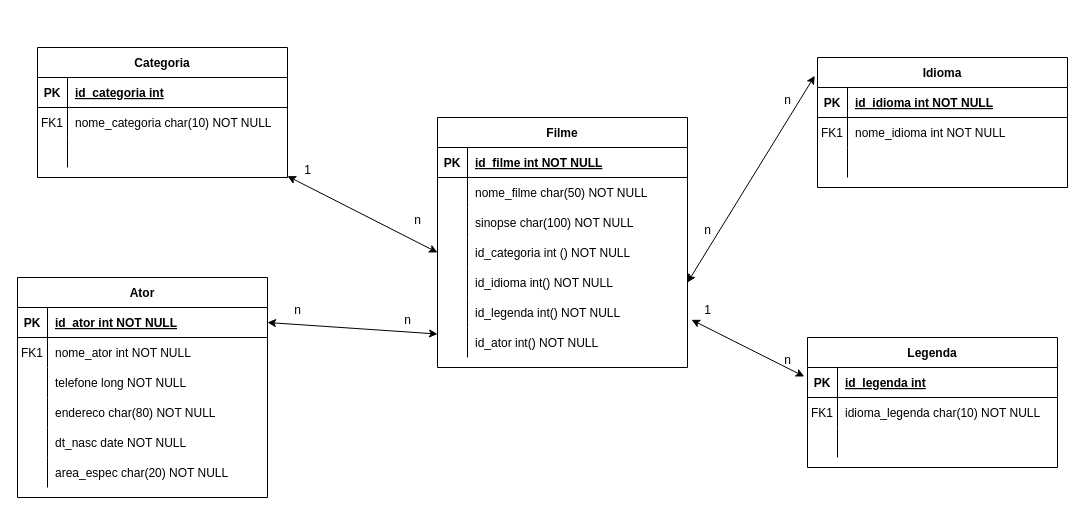
Earlier version of the draw.io diagram page "Page-1" (1 of 2) of catalogo_filmes.drawio (adrianopspadilha/BDR-W). Source tidied: cells renumbered, new cells numbered last; positions are measured from the earlier drawing's top-left corner, leaving out a move shared by most shapes. Both pictures are drawn from the tidied source at 100%, with x=0, y=0 at pixel (17, 47).
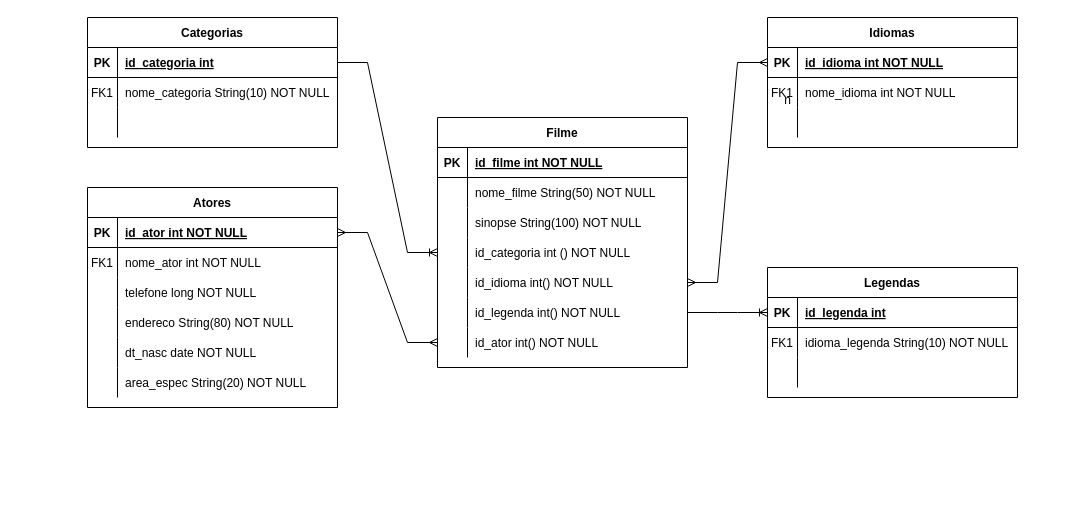
The same diagram, later.

Unchanged cells that the change refers to:
```xml
<mxCell id="3" style="shape=partialRectangle;fillColor=none;points=[[0,0.5],[1,0.5]];portConstraint=eastwest;top=0;left=0;right=0;bottom=1;" parent="2" vertex="1">
  <mxGeometry y="30" width="250" height="30" as="geometry" />
</mxCell>
<mxCell id="12" style="shape=partialRectangle;fillColor=none;top=0;left=0;right=0;bottom=0;" parent="2" vertex="1">
  <mxGeometry y="120" width="250" height="30" as="geometry" />
</mxCell>
<mxCell id="18" style="shape=partialRectangle;fillColor=none;top=0;left=0;right=0;bottom=0;" parent="2" vertex="1">
  <mxGeometry y="180" width="250" height="30" as="geometry" />
</mxCell>
<mxCell id="22" style="shape=partialRectangle;fillColor=none;points=[[0,0.5],[1,0.5]];portConstraint=eastwest;top=0;left=0;right=0;bottom=1;" parent="21" vertex="1">
  <mxGeometry y="30" width="250" height="30" as="geometry" />
</mxCell>
<mxCell id="35" style="shape=partialRectangle;fillColor=none;top=0;left=0;right=0;bottom=0;" parent="31" vertex="1">
  <mxGeometry y="60" width="250" height="30" as="geometry" />
</mxCell>
<mxCell id="38" style="shape=partialRectangle;fillColor=none;top=0;left=0;right=0;bottom=0;" parent="31" vertex="1">
  <mxGeometry y="90" width="250" height="30" as="geometry" />
</mxCell>
<mxCell id="41" style="shape=partialRectangle;fillColor=none;points=[[0,0.5],[1,0.5]];portConstraint=eastwest;top=0;left=0;right=0;bottom=0;" parent="31" vertex="1">
  <mxGeometry y="120" width="250" height="30" as="geometry" />
</mxCell>
<mxCell id="44" style="shape=partialRectangle;fillColor=none;points=[[0,0.5],[1,0.5]];portConstraint=eastwest;top=0;left=0;right=0;bottom=0;" parent="31" vertex="1">
  <mxGeometry y="150" width="250" height="30" as="geometry" />
</mxCell>
<mxCell id="47" style="shape=partialRectangle;fillColor=none;points=[[0,0.5],[1,0.5]];portConstraint=eastwest;top=0;left=0;right=0;bottom=0;" parent="31" vertex="1">
  <mxGeometry y="180" width="250" height="30" as="geometry" />
</mxCell>
<mxCell id="50" style="shape=partialRectangle;fillColor=none;points=[[0,0.5],[1,0.5]];portConstraint=eastwest;top=0;left=0;right=0;bottom=0;" parent="31" vertex="1">
  <mxGeometry y="210" width="250" height="30" as="geometry" />
</mxCell>
<mxCell id="54" style="shape=partialRectangle;fillColor=none;points=[[0,0.5],[1,0.5]];portConstraint=eastwest;top=0;left=0;right=0;bottom=1;" parent="53" vertex="1">
  <mxGeometry y="30" width="250" height="30" as="geometry" />
</mxCell>
<mxCell id="57" style="shape=partialRectangle;fillColor=none;top=0;left=0;right=0;bottom=0;" parent="53" vertex="1">
  <mxGeometry y="60" width="250" height="30" as="geometry" />
</mxCell>
<mxCell id="64" style="shape=partialRectangle;fillColor=none;points=[[0,0.5],[1,0.5]];portConstraint=eastwest;top=0;left=0;right=0;bottom=1;" parent="63" vertex="1">
  <mxGeometry y="30" width="250" height="30" as="geometry" />
</mxCell>
<mxCell id="67" style="shape=partialRectangle;fillColor=none;top=0;left=0;right=0;bottom=0;" parent="63" vertex="1">
  <mxGeometry y="60" width="250" height="30" as="geometry" />
</mxCell>
```

The edit, as a diff of the source:
```diff
@@
-    <mxCell id="2" value="Ator" style="shape=table;startSize=30;childLayout=tableLayout;rowLines=0;fontStyle=1;align=center;" parent="1" vertex="1">
-      <mxGeometry y="230" width="250" height="220" as="geometry" />
+    <mxCell id="2" value="Atores" style="shape=table;startSize=30;childLayout=tableLayout;rowLines=0;fontStyle=1;align=center;" parent="1" vertex="1">
+      <mxGeometry x="70" y="140" width="250" height="220" as="geometry" />
     </mxCell>
@@
-    <mxCell id="14" value="endereco char(80) NOT NULL" style="shape=partialRectangle;overflow=hidden;fillColor=none;top=0;left=0;bottom=0;right=0;align=left;spacingLeft=6;" parent="12" vertex="1">
+    <mxCell id="14" value="endereco String(80) NOT NULL" style="shape=partialRectangle;overflow=hidden;fillColor=none;top=0;left=0;bottom=0;right=0;align=left;spacingLeft=6;" parent="12" vertex="1">
       <mxGeometry x="30" width="220" height="30" as="geometry" />
     </mxCell>
@@
-    <mxCell id="20" value="area_espec char(20) NOT NULL" style="shape=partialRectangle;overflow=hidden;fillColor=none;top=0;left=0;bottom=0;right=0;align=left;spacingLeft=6;" parent="18" vertex="1">
+    <mxCell id="20" value="area_espec String(20) NOT NULL" style="shape=partialRectangle;overflow=hidden;fillColor=none;top=0;left=0;bottom=0;right=0;align=left;spacingLeft=6;" parent="18" vertex="1">
       <mxGeometry x="30" width="220" height="30" as="geometry" />
     </mxCell>
-    <mxCell id="21" value="Idioma" style="shape=table;startSize=30;childLayout=tableLayout;rowLines=0;fontStyle=1;align=center;" parent="1" vertex="1">
-      <mxGeometry x="800" y="10" width="250" height="130" as="geometry" />
+    <mxCell id="21" value="Idiomas" style="shape=table;startSize=30;childLayout=tableLayout;rowLines=0;fontStyle=1;align=center;" parent="1" vertex="1">
+      <mxGeometry x="750" y="-30" width="250" height="130" as="geometry" />
     </mxCell>
@@
-    <mxCell id="37" value="nome_filme char(50) NOT NULL" style="shape=partialRectangle;overflow=hidden;fillColor=none;top=0;left=0;bottom=0;right=0;align=left;spacingLeft=6;" parent="35" vertex="1">
+    <mxCell id="37" value="nome_filme String(50) NOT NULL" style="shape=partialRectangle;overflow=hidden;fillColor=none;top=0;left=0;bottom=0;right=0;align=left;spacingLeft=6;" parent="35" vertex="1">
       <mxGeometry x="30" width="220" height="30" as="geometry" />
     </mxCell>
@@
-    <mxCell id="40" value="sinopse char(100) NOT NULL" style="shape=partialRectangle;overflow=hidden;fillColor=none;top=0;left=0;bottom=0;right=0;align=left;spacingLeft=6;" parent="38" vertex="1">
+    <mxCell id="40" value="sinopse String(100) NOT NULL" style="shape=partialRectangle;overflow=hidden;fillColor=none;top=0;left=0;bottom=0;right=0;align=left;spacingLeft=6;" parent="38" vertex="1">
       <mxGeometry x="30" width="220" height="30" as="geometry" />
     </mxCell>
@@
-    <mxCell id="53" value="Legenda" style="shape=table;startSize=30;childLayout=tableLayout;rowLines=0;fontStyle=1;align=center;" parent="1" vertex="1">
-      <mxGeometry x="790" y="290" width="250" height="130" as="geometry" />
+    <mxCell id="53" value="Legendas" style="shape=table;startSize=30;childLayout=tableLayout;rowLines=0;fontStyle=1;align=center;" parent="1" vertex="1">
+      <mxGeometry x="750" y="220" width="250" height="130" as="geometry" />
     </mxCell>
@@
-    <mxCell id="59" value="idioma_legenda char(10) NOT NULL" style="shape=partialRectangle;overflow=hidden;fillColor=none;top=0;left=0;bottom=0;right=0;align=left;spacingLeft=6;" parent="57" vertex="1">
+    <mxCell id="59" value="idioma_legenda String(10) NOT NULL" style="shape=partialRectangle;overflow=hidden;fillColor=none;top=0;left=0;bottom=0;right=0;align=left;spacingLeft=6;" parent="57" vertex="1">
       <mxGeometry x="30" width="220" height="30" as="geometry" />
     </mxCell>
@@
-    <mxCell id="63" value="Categoria" style="shape=table;startSize=30;childLayout=tableLayout;rowLines=0;fontStyle=1;align=center;" parent="1" vertex="1">
-      <mxGeometry x="20" width="250" height="130" as="geometry" />
+    <mxCell id="63" value="Categorias" style="shape=table;startSize=30;childLayout=tableLayout;rowLines=0;fontStyle=1;align=center;" parent="1" vertex="1">
+      <mxGeometry x="70" y="-30" width="250" height="130" as="geometry" />
     </mxCell>
@@
-    <mxCell id="69" value="nome_categoria char(10) NOT NULL" style="shape=partialRectangle;overflow=hidden;fillColor=none;top=0;left=0;bottom=0;right=0;align=left;spacingLeft=6;" parent="67" vertex="1">
+    <mxCell id="69" value="nome_categoria String(10) NOT NULL" style="shape=partialRectangle;overflow=hidden;fillColor=none;top=0;left=0;bottom=0;right=0;align=left;spacingLeft=6;" parent="67" vertex="1">
       <mxGeometry x="30" width="220" height="30" as="geometry" />
     </mxCell>
@@
-    <mxCell id="73" style="endArrow=classic;startArrow=classic;html=1;rounded=0;entryX=-0.011;entryY=0.141;entryDx=0;entryDy=0;entryPerimeter=0;exitX=1;exitY=0.5;exitDx=0;exitDy=0;" parent="1" edge="1" source="44" target="21">
-      <mxGeometry relative="1" as="geometry" />
-    </mxCell>
+    <mxCell id="81" value="n" style="text;html=1;align=center;verticalAlign=middle;strokeColor=none;fillColor=none;" parent="1" vertex="1">
+      <mxGeometry x="755" y="38" width="30" height="30" as="geometry" />
+    </mxCell>
+    <mxCell id="76" style="edgeStyle=entityRelationEdgeStyle;fontSize=12;html=1;endArrow=ERmany;startArrow=ERmany;rounded=0;" parent="1" edge="1" source="3" target="50">
+      <mxGeometry relative="1" as="geometry" />
+    </mxCell>
+    <mxCell id="85" style="edgeStyle=entityRelationEdgeStyle;fontSize=12;html=1;endArrow=ERmany;startArrow=ERmany;rounded=0;" parent="1" edge="1" source="22" target="44">
+      <mxGeometry relative="1" as="geometry" />
+    </mxCell>
-    <mxCell id="74" style="endArrow=classic;startArrow=classic;html=1;rounded=0;entryX=-0.013;entryY=0.3;entryDx=0;entryDy=0;entryPerimeter=0;exitX=1.016;exitY=0.744;exitDx=0;exitDy=0;exitPerimeter=0;" parent="1" edge="1" source="47" target="54">
+    <mxCell id="74" style="edgeStyle=entityRelationEdgeStyle;fontSize=12;html=1;endArrow=ERoneToMany;rounded=0;" parent="1" edge="1" source="47" target="54">
       <mxGeometry relative="1" as="geometry" />
     </mxCell>
-    <mxCell id="75" style="endArrow=classic;startArrow=classic;html=1;rounded=0;entryX=0;entryY=0.5;entryDx=0;entryDy=0;" parent="1" edge="1" source="63" target="41">
-      <mxGeometry relative="1" as="geometry" />
-    </mxCell>
-    <mxCell id="76" style="endArrow=classic;startArrow=classic;html=1;rounded=0;exitX=1;exitY=0.5;exitDx=0;exitDy=0;" parent="1" edge="1" source="3" target="50">
-      <mxGeometry relative="1" as="geometry" />
-    </mxCell>
-    <mxCell id="77" value="1" style="text;html=1;align=center;verticalAlign=middle;strokeColor=none;fillColor=none;" parent="1" vertex="1">
-      <mxGeometry x="275" y="108" width="30" height="30" as="geometry" />
-    </mxCell>
-    <mxCell id="78" value="n" style="text;html=1;align=center;verticalAlign=middle;strokeColor=none;fillColor=none;" parent="1" vertex="1">
-      <mxGeometry x="385" y="158" width="30" height="30" as="geometry" />
-    </mxCell>
-    <mxCell id="79" value="n" style="text;html=1;align=center;verticalAlign=middle;strokeColor=none;fillColor=none;" parent="1" vertex="1">
-      <mxGeometry x="265" y="248" width="30" height="30" as="geometry" />
-    </mxCell>
-    <mxCell id="80" value="n" style="text;html=1;align=center;verticalAlign=middle;strokeColor=none;fillColor=none;" parent="1" vertex="1">
-      <mxGeometry x="375" y="258" width="30" height="30" as="geometry" />
-    </mxCell>
-    <mxCell id="81" value="n" style="text;html=1;align=center;verticalAlign=middle;strokeColor=none;fillColor=none;" parent="1" vertex="1">
-      <mxGeometry x="755" y="38" width="30" height="30" as="geometry" />
-    </mxCell>
-    <mxCell id="82" value="n" style="text;html=1;align=center;verticalAlign=middle;strokeColor=none;fillColor=none;" parent="1" vertex="1">
-      <mxGeometry x="675" y="168" width="30" height="30" as="geometry" />
-    </mxCell>
-    <mxCell id="83" value="n" style="text;html=1;align=center;verticalAlign=middle;strokeColor=none;fillColor=none;" parent="1" vertex="1">
-      <mxGeometry x="755" y="298" width="30" height="30" as="geometry" />
-    </mxCell>
-    <mxCell id="84" value="1" style="text;html=1;align=center;verticalAlign=middle;strokeColor=none;fillColor=none;" parent="1" vertex="1">
-      <mxGeometry x="675" y="248" width="30" height="30" as="geometry" />
-    </mxCell>
+    <mxCell id="86" style="edgeStyle=entityRelationEdgeStyle;fontSize=12;html=1;endArrow=ERoneToMany;rounded=0;" parent="1" edge="1" source="64" target="41">
+      <mxGeometry relative="1" as="geometry" />
+    </mxCell>
```
